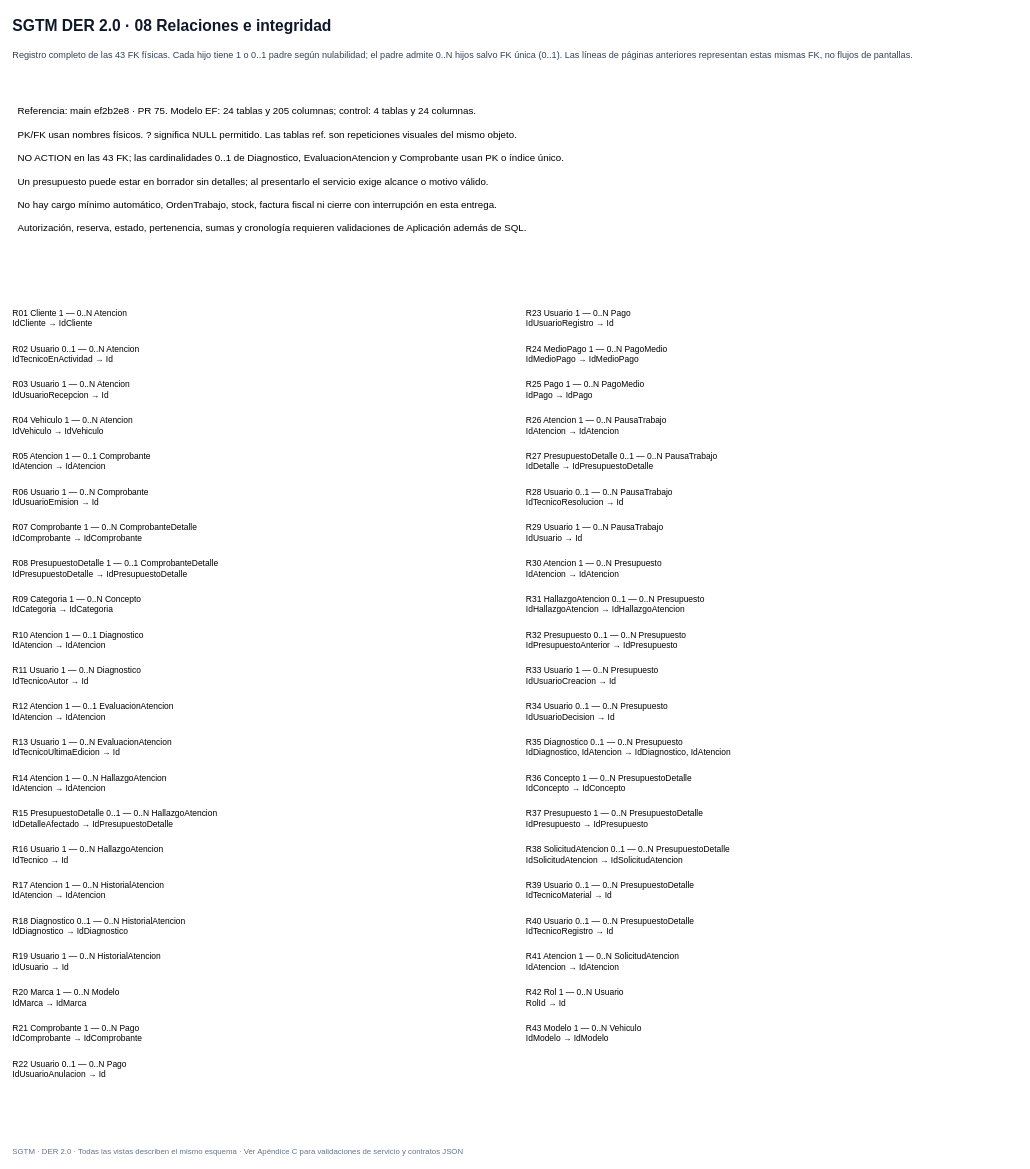
This is page "08 Relaciones e integridad" (8 of 8) of docs/diagramas/DER-SGTM-v2.0.drawio from EnriqueRTG/taller-mecanico, a draw.io file, before an edit. Source tidied: cells renumbered, new cells numbered last; positions are measured from the earlier drawing's top-left corner, leaving out a move shared by most shapes. Both pictures are drawn from the tidied source at 65%, with x=0, y=0 at pixel (11, 11).
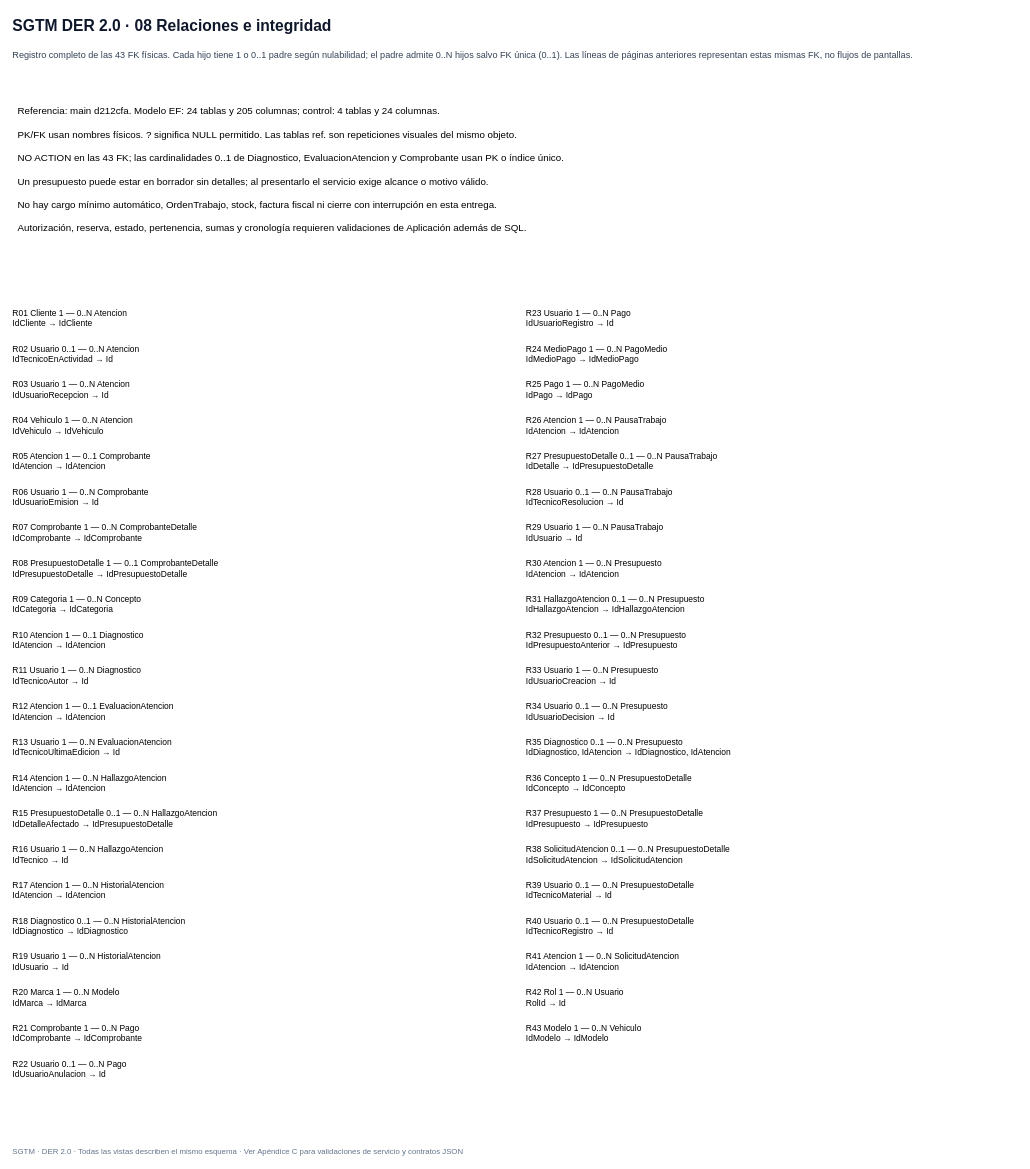
After the change.

Commit message (it also covers changes not shown here):
Sincronizar la documentación de entrega del SGTM

Diff of the diagram source:
```diff
@@
-    <mxCell id="4" value="Referencia: main ef2b2e8 · PR 75. Modelo EF: 24 tablas y 205 columnas; control: 4 tablas y 24 columnas.&#10;&#10;PK/FK usan nombres físicos. ? significa NULL permitido. Las tablas ref. son repeticiones visuales del mismo objeto.&#10;&#10;NO ACTION en las 43 FK; las cardinalidades 0..1 de Diagnostico, EvaluacionAtencion y Comprobante usan PK o índice único.&#10;&#10;Un presupuesto puede estar en borrador sin detalles; al presentarlo el servicio exige alcance o motivo válido.&#10;&#10;No hay cargo mínimo automático, OrdenTrabajo, stock, factura fiscal ni cierre con interrupción en esta entrega.&#10;&#10;Autorización, reserva, estado, pertenencia, sumas y cronología requieren validaciones de Aplicación además de SQL." style="text;html=0;align=left;verticalAlign=top;whiteSpace=wrap;fontSize=15;spacing=10;" parent="1" vertex="1">
+    <mxCell id="4" value="Referencia: main d212cfa. Modelo EF: 24 tablas y 205 columnas; control: 4 tablas y 24 columnas.&#10;&#10;PK/FK usan nombres físicos. ? significa NULL permitido. Las tablas ref. son repeticiones visuales del mismo objeto.&#10;&#10;NO ACTION en las 43 FK; las cardinalidades 0..1 de Diagnostico, EvaluacionAtencion y Comprobante usan PK o índice único.&#10;&#10;Un presupuesto puede estar en borrador sin detalles; al presentarlo el servicio exige alcance o motivo válido.&#10;&#10;No hay cargo mínimo automático, OrdenTrabajo, stock, factura fiscal ni cierre con interrupción en esta entrega.&#10;&#10;Autorización, reserva, estado, pertenencia, sumas y cronología requieren validaciones de Aplicación además de SQL." style="text;html=0;align=left;verticalAlign=top;whiteSpace=wrap;fontSize=15;spacing=10;" parent="1" vertex="1">
       <mxGeometry y="130" width="1500" height="285" as="geometry" />
     </mxCell>
```
